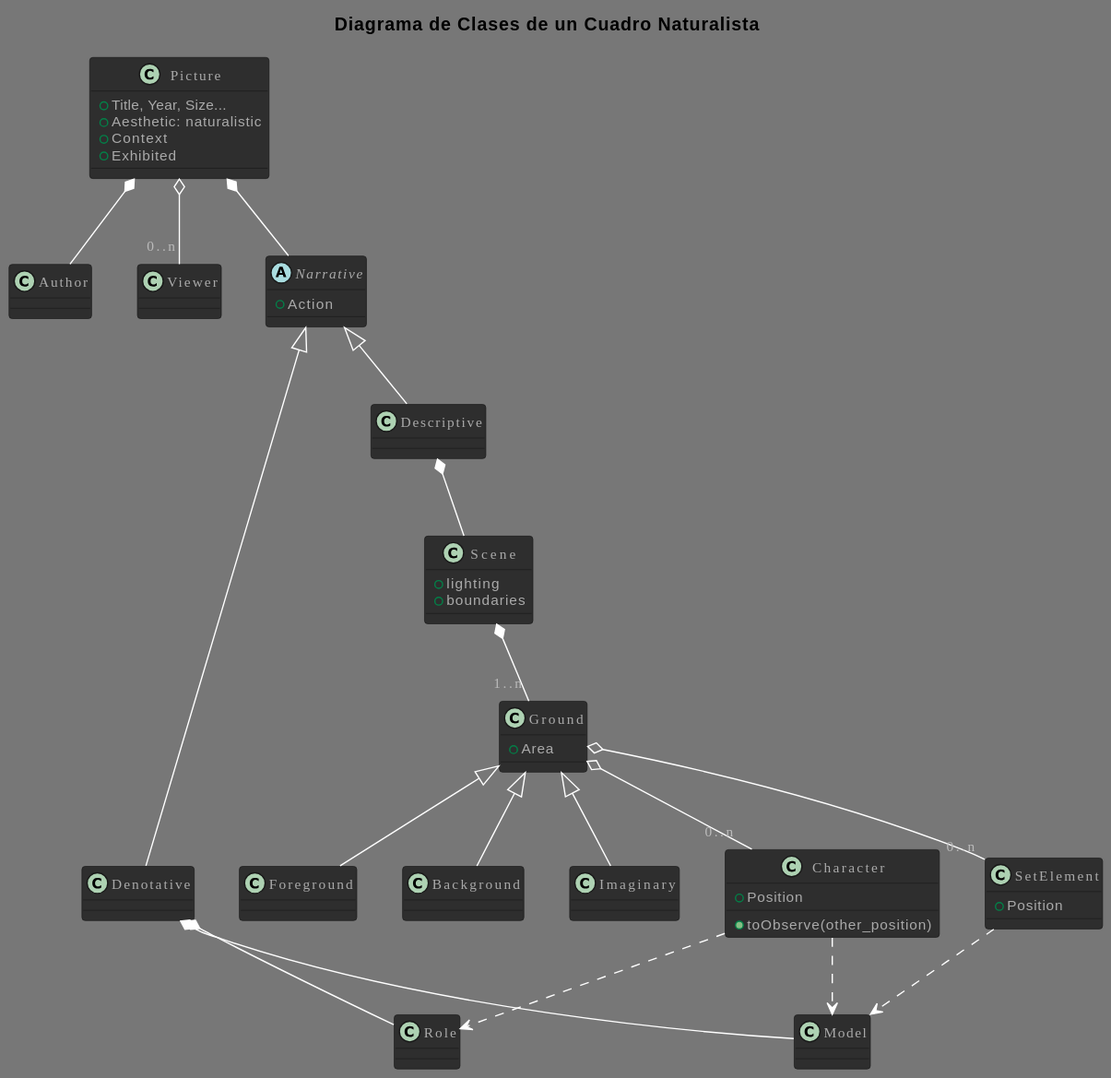
Above: PracticasMaster/01_Modelado_O/diagrams/meninas/MeninasDomain.svg in Joselon/joselon.github.io (PlantUML), before the change.
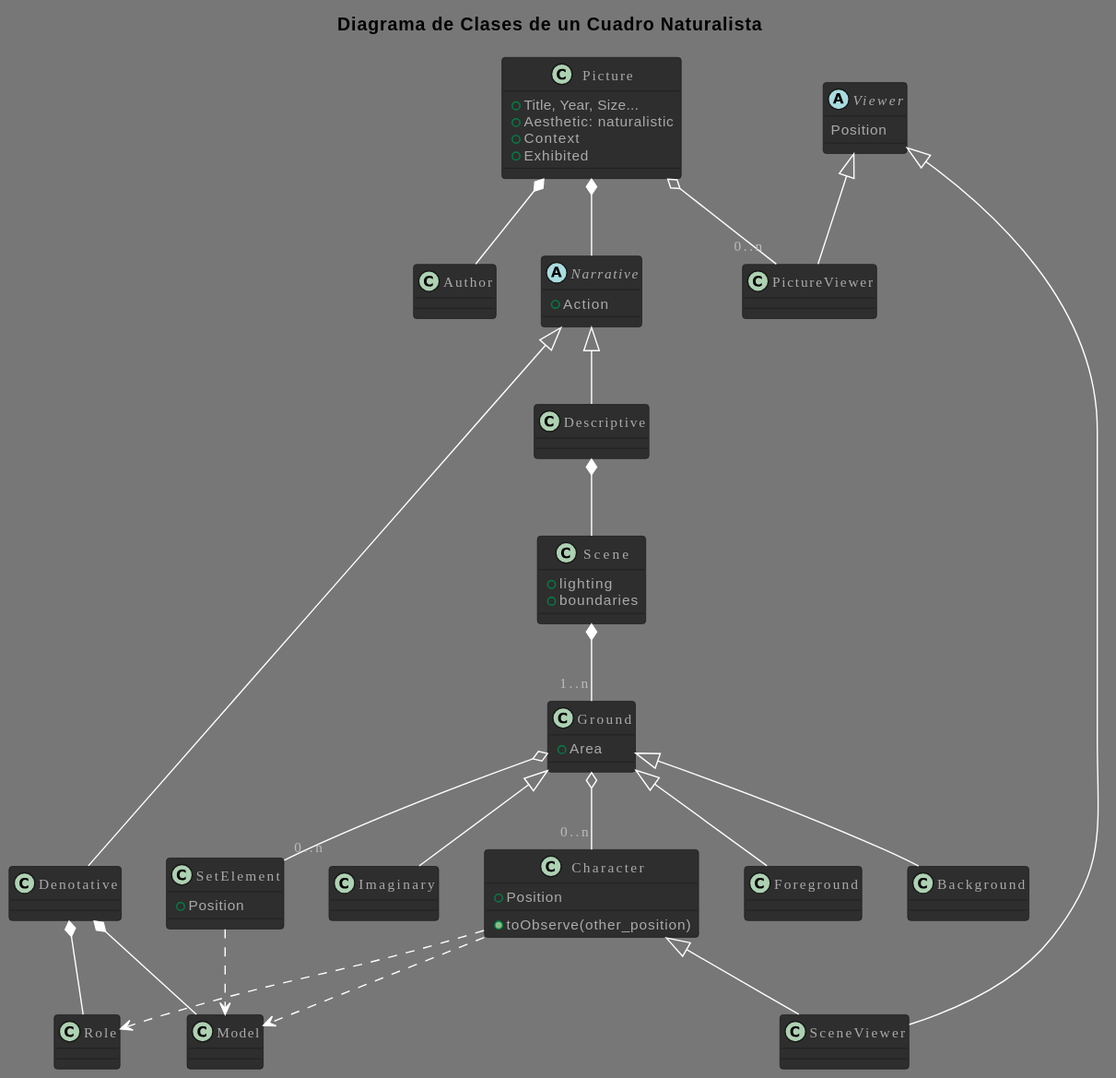
After the commit.

Change to the diagram source:
```diff
@@ -9,7 +9,7 @@
     + Exhibited
 }
 Picture *-- Author
-Picture o--"0..n" Viewer
+Picture o--"0..n" PictureViewer
 Picture *-- Narrative
 
 abstract class Narrative {
@@ -56,9 +56,14 @@
 Character ..> Model
 Character ..> Role
 SetElement ..> Model
+Character <|-- SceneViewer
 
-class Viewer {
+abstract class Viewer {
+    Position
 }
+Viewer <|-- SceneViewer
+Viewer <|-- PictureViewer
+
 
 @end
 
@@ -349,7 +354,7 @@
     + Exhibited
 }
 Picture *-- Author
-Picture o--"0..n" Viewer
+Picture o--"0..n" PictureViewer
 Picture *-- Narrative
 
 abstract class Narrative {
@@ -396,9 +401,14 @@
 Character ..> Model
 Character ..> Role
 SetElement ..> Model
+Character <|-- SceneViewer
 
-class Viewer {
+abstract class Viewer {
+    Position
 }
+Viewer <|-- SceneViewer
+Viewer <|-- PictureViewer
+
 
 @end
 
```
